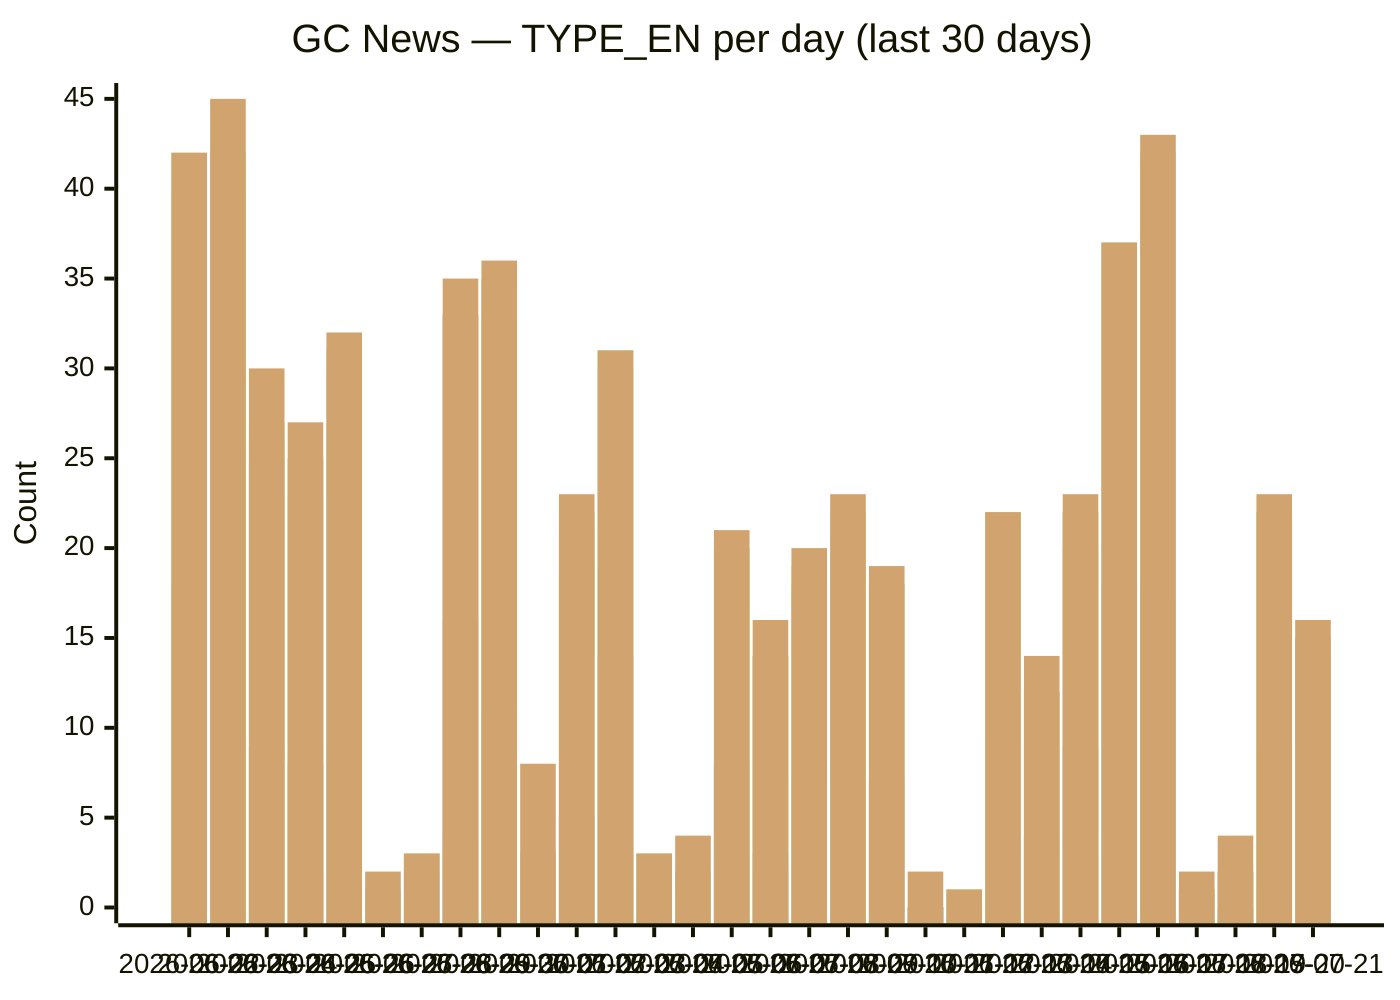
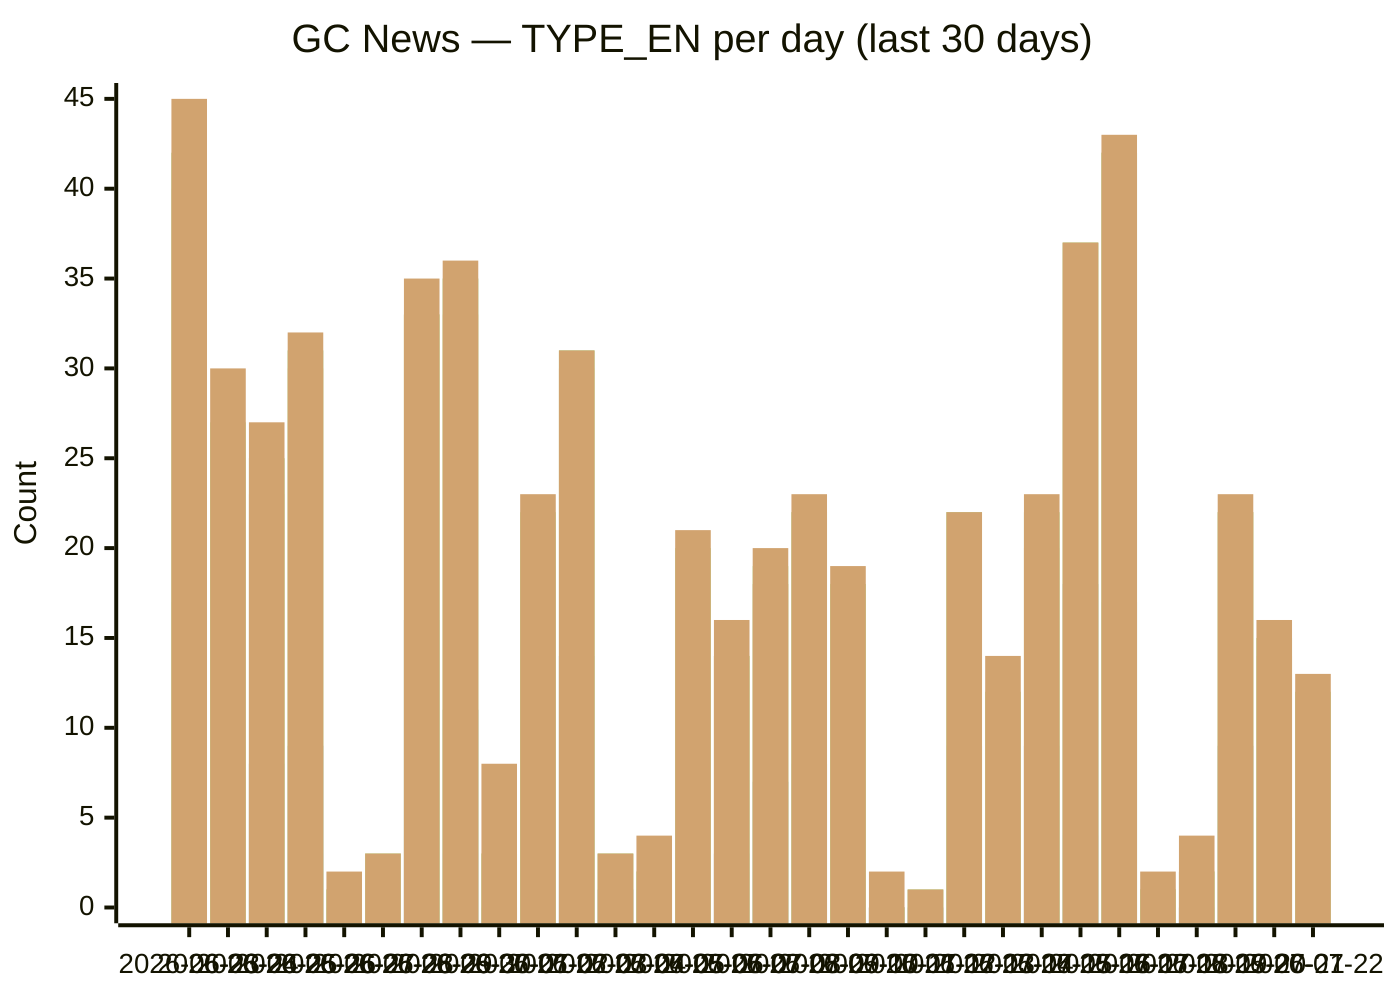
xychart-beta
  title "GC News — TYPE_EN per day (last 30 days)"
-   x-axis [2026-06-22, 2026-06-23, 2026-06-24, 2026-06-25, 2026-06-26, 2026-06-27, 2026-06-28, 2026-06-29, 2026-06-30, 2026-07-01, 2026-07-02, 2026-07-03, 2026-07-04, 2026-07-05, 2026-07-06, 2026-07-07, 2026-07-08, 2026-07-09, 2026-07-10, 2026-07-11, 2026-07-12, 2026-07-13, 2026-07-14, 2026-07-15, 2026-07-16, 2026-07-17, 2026-07-18, 2026-07-19, 2026-07-20, 2026-07-21]
+   x-axis [2026-06-23, 2026-06-24, 2026-06-25, 2026-06-26, 2026-06-27, 2026-06-28, 2026-06-29, 2026-06-30, 2026-07-01, 2026-07-02, 2026-07-03, 2026-07-04, 2026-07-05, 2026-07-06, 2026-07-07, 2026-07-08, 2026-07-09, 2026-07-10, 2026-07-11, 2026-07-12, 2026-07-13, 2026-07-14, 2026-07-15, 2026-07-16, 2026-07-17, 2026-07-18, 2026-07-19, 2026-07-20, 2026-07-21, 2026-07-22]
  y-axis "Count" 0 --> 45
-   bar backgrounders [3, 6, 2, 2, 3, 0, 0, 4, 3, 0, 1, 3, 1, 0, 3, 2, 2, 3, 3, 0, 0, 3, 3, 3, 4, 5, 0, 0, 1, 0]
-   bar "media advisories" [18, 17, 9, 8, 9, 0, 2, 16, 11, 0, 5, 14, 1, 1, 8, 3, 7, 8, 7, 0, 0, 9, 4, 9, 18, 17, 1, 0, 9, 5]
-   bar "news releases" [40, 40, 25, 23, 30, 1, 3, 33, 33, 3, 19, 30, 3, 2, 19, 14, 18, 22, 18, 0, 1, 22, 12, 20, 37, 42, 1, 2, 22, 14]
-   bar readouts [42, 42, 26, 25, 31, 1, 3, 33, 35, 3, 21, 31, 3, 2, 20, 14, 18, 22, 18, 0, 1, 22, 12, 22, 37, 42, 1, 2, 22, 15]
-   bar speeches [42, 42, 27, 25, 31, 1, 3, 33, 35, 3, 22, 31, 3, 2, 20, 14, 19, 22, 18, 0, 1, 22, 12, 22, 37, 42, 1, 2, 22, 15]
-   bar statements [42, 45, 30, 27, 32, 2, 3, 35, 36, 8, 23, 31, 3, 4, 21, 16, 20, 23, 19, 2, 1, 22, 14, 23, 37, 43, 2, 4, 23, 16]
+   bar backgrounders [6, 2, 2, 3, 0, 0, 4, 3, 0, 1, 3, 1, 0, 3, 2, 2, 3, 3, 0, 0, 3, 3, 3, 4, 5, 0, 0, 1, 0, 1]
+   bar "media advisories" [17, 9, 8, 9, 0, 2, 16, 11, 0, 5, 14, 1, 1, 8, 3, 7, 8, 7, 0, 0, 9, 4, 9, 18, 17, 1, 0, 9, 5, 6]
+   bar "news releases" [40, 25, 23, 30, 1, 3, 33, 33, 3, 19, 30, 3, 2, 19, 14, 18, 22, 18, 0, 1, 22, 12, 20, 37, 42, 1, 2, 22, 14, 12]
+   bar readouts [42, 26, 25, 31, 1, 3, 33, 35, 3, 21, 31, 3, 2, 20, 14, 18, 22, 18, 0, 1, 22, 12, 22, 37, 42, 1, 2, 22, 15, 12]
+   bar speeches [42, 27, 25, 31, 1, 3, 33, 35, 3, 22, 31, 3, 2, 20, 14, 19, 22, 18, 0, 1, 22, 12, 22, 37, 42, 1, 2, 22, 15, 12]
+   bar statements [45, 30, 27, 32, 2, 3, 35, 36, 8, 23, 31, 3, 4, 21, 16, 20, 23, 19, 2, 1, 22, 14, 23, 37, 43, 2, 4, 23, 16, 13]
